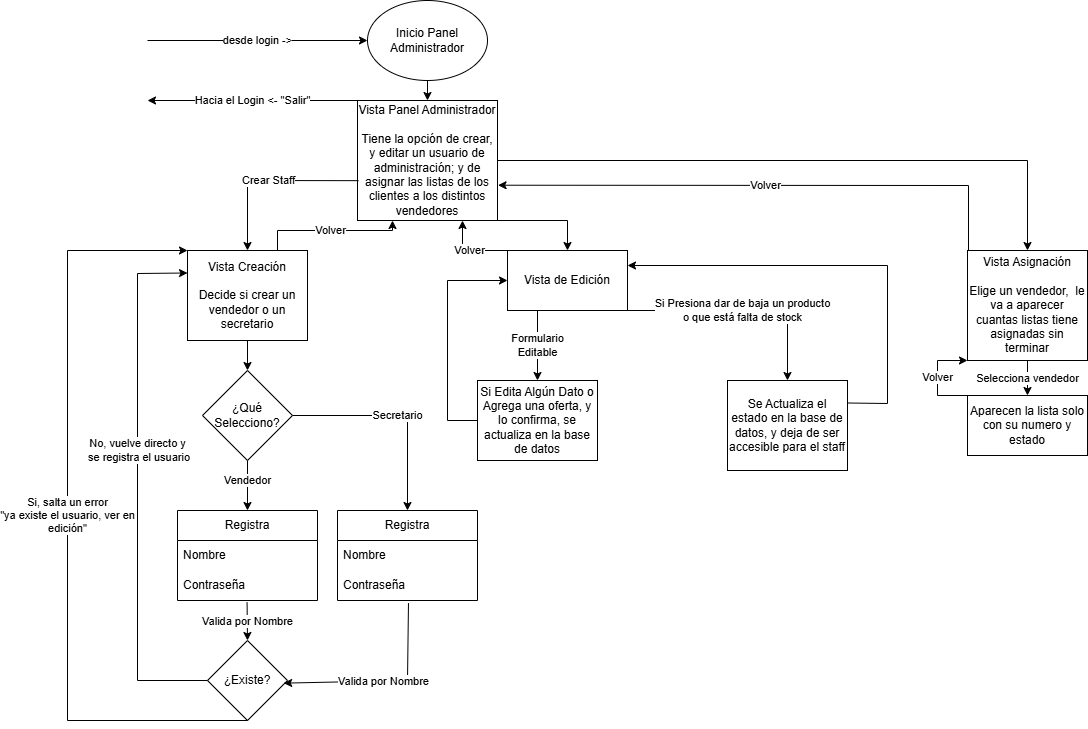
Above: Docs/DiagramasFlujo/Administracion/panelAdministradorFlujo.png in facutorr2005/FINAL-DESARROLLO-WEB (draw.io), before the change. Source tidied: cells renumbered, new cells last; positions are measured from the earlier drawing's top-left corner, leaving out a move shared by most shapes.
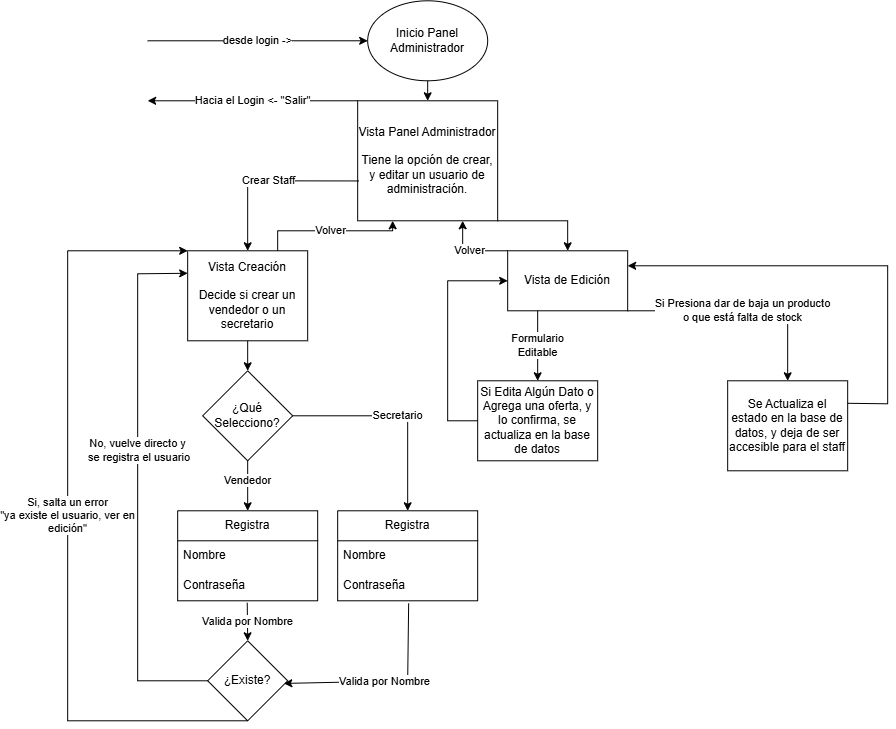
After the commit.

Commit message:
corrección diagramas y md

The edit, as a diff of the source:
```diff
@@ -10,18 +10,18 @@
         <mxPoint x="80" y="40" as="sourcePoint" />
       </mxGeometry>
     </mxCell>
-    <mxCell id="4" value="Vista Panel Administrador&lt;br&gt;&lt;br&gt;Tiene la opción de crear, y editar un usuario de administración; y de asignar las listas de los clientes a los distintos vendedores" style="rounded=0;whiteSpace=wrap;html=1;" parent="1" vertex="1">
-      <mxGeometry x="290" y="100" width="140" height="120" as="geometry" />
-    </mxCell>
-    <mxCell id="5" style="endArrow=classic;html=1;rounded=0;exitX=0.5;exitY=1;exitDx=0;exitDy=0;entryX=0.5;entryY=0;entryDx=0;entryDy=0;" parent="1" edge="1" source="2" target="4">
-      <mxGeometry relative="1" as="geometry" />
-    </mxCell>
+    <mxCell id="40" value="Vista Panel Administrador&lt;br&gt;&lt;br&gt;Tiene la opción de crear, y editar un usuario de administración." style="rounded=0;whiteSpace=wrap;html=1;" parent="1" vertex="1">
+      <mxGeometry x="290" y="100" width="140" height="120" as="geometry" />
+    </mxCell>
+    <mxCell id="41" style="endArrow=classic;html=1;rounded=0;exitX=0.5;exitY=1;exitDx=0;exitDy=0;entryX=0.5;entryY=0;entryDx=0;entryDy=0;" parent="1" edge="1" source="2" target="40">
+      <mxGeometry relative="1" as="geometry" />
+    </mxCell>
-    <mxCell id="6" value="Hacia el Login &amp;lt;- &quot;Salir&quot;" style="endArrow=classic;html=1;rounded=0;exitX=0;exitY=0;exitDx=0;exitDy=0;" parent="1" edge="1" source="4">
+    <mxCell id="6" value="Hacia el Login &amp;lt;- &quot;Salir&quot;" style="endArrow=classic;html=1;rounded=0;exitX=0;exitY=0;exitDx=0;exitDy=0;" parent="1" edge="1" source="40">
       <mxGeometry relative="1" as="geometry">
         <mxPoint x="80" y="100" as="targetPoint" />
       </mxGeometry>
     </mxCell>
-    <mxCell id="7" value="Crear Staff" style="endArrow=classic;html=1;rounded=0;exitX=0.007;exitY=0.668;exitDx=0;exitDy=0;entryX=0.5;entryY=0;entryDx=0;entryDy=0;exitPerimeter=0;" parent="1" edge="1" source="4" target="8">
+    <mxCell id="7" value="Crear Staff" style="endArrow=classic;html=1;rounded=0;exitX=0.007;exitY=0.668;exitDx=0;exitDy=0;entryX=0.5;entryY=0;entryDx=0;entryDy=0;exitPerimeter=0;" parent="1" edge="1" source="40" target="8">
       <mxGeometry relative="1" as="geometry">
         <Array as="points">
           <mxPoint x="180" y="180" />
@@ -34,7 +34,7 @@
     <mxCell id="9" style="endArrow=classic;html=1;rounded=0;exitX=0.5;exitY=1;exitDx=0;exitDy=0;" parent="1" edge="1" source="8" target="19">
       <mxGeometry relative="1" as="geometry" />
     </mxCell>
-    <mxCell id="10" value="Volver" style="endArrow=classic;html=1;rounded=0;exitX=0.75;exitY=0;exitDx=0;exitDy=0;entryX=0.25;entryY=1;entryDx=0;entryDy=0;" parent="1" edge="1" source="8" target="4">
+    <mxCell id="10" value="Volver" style="endArrow=classic;html=1;rounded=0;exitX=0.75;exitY=0;exitDx=0;exitDy=0;entryX=0.25;entryY=1;entryDx=0;entryDy=0;" parent="1" edge="1" source="8" target="40">
       <mxGeometry relative="1" as="geometry">
         <Array as="points">
           <mxPoint x="210" y="230" />
@@ -42,13 +42,13 @@
         </Array>
       </mxGeometry>
     </mxCell>
-    <mxCell id="11" style="endArrow=classic;html=1;rounded=0;exitX=1;exitY=1;exitDx=0;exitDy=0;" parent="1" edge="1" source="4" target="12">
-      <mxGeometry relative="1" as="geometry">
-        <Array as="points">
-          <mxPoint x="500" y="220" />
-        </Array>
-      </mxGeometry>
-    </mxCell>
+    <mxCell id="42" style="endArrow=classic;html=1;rounded=0;exitX=1;exitY=1;exitDx=0;exitDy=0;" parent="1" edge="1" source="40" target="12">
+      <mxGeometry relative="1" as="geometry">
+        <Array as="points">
+          <mxPoint x="500" y="220" />
+        </Array>
+      </mxGeometry>
+    </mxCell>
     <mxCell id="12" value="Vista de Edición" style="rounded=0;whiteSpace=wrap;html=1;" parent="1" vertex="1">
       <mxGeometry x="440" y="250" width="120" height="60" as="geometry" />
     </mxCell>
@@ -87,22 +87,22 @@
     <mxCell id="19" value="¿Qué Selecciono?" style="rhombus;whiteSpace=wrap;html=1;" parent="1" vertex="1">
       <mxGeometry x="135" y="370" width="90" height="90" as="geometry" />
     </mxCell>
-    <mxCell id="20" value="Vendedor" style="endArrow=classic;html=1;rounded=0;exitX=0.5;exitY=1;exitDx=0;exitDy=0;" parent="1" edge="1" source="19" target="21">
+    <mxCell id="20" value="Vendedor" style="endArrow=classic;html=1;rounded=0;exitX=0.5;exitY=1;exitDx=0;exitDy=0;" parent="1" edge="1" source="19" target="43">
       <mxGeometry x="-0.2" relative="1" as="geometry" />
     </mxCell>
-    <mxCell id="21" value="Registra" style="swimlane;fontStyle=0;horizontal=1;startSize=30;whiteSpace=wrap;html=1;" parent="1" vertex="1">
-      <mxGeometry x="110" y="510" width="140" height="90" as="geometry" />
-    </mxCell>
-    <mxCell id="22" value="Nombre" style="text;strokeColor=none;fillColor=none;align=left;verticalAlign=middle;spacingLeft=4;spacingRight=4;overflow=hidden;whiteSpace=wrap;html=1;" parent="21" vertex="1">
-      <mxGeometry y="30" width="140" height="30" as="geometry" />
-    </mxCell>
-    <mxCell id="23" value="Contraseña" style="text;strokeColor=none;fillColor=none;align=left;verticalAlign=middle;spacingLeft=4;spacingRight=4;overflow=hidden;points=[[0,0.5],[1,0.5]];portConstraint=eastwest;whiteSpace=wrap;html=1;" parent="21" vertex="1">
-      <mxGeometry y="60" width="140" height="30" as="geometry" />
-    </mxCell>
+    <mxCell id="43" value="Registra" style="swimlane;fontStyle=0;horizontal=1;startSize=30;whiteSpace=wrap;html=1;" parent="1" vertex="1">
+      <mxGeometry x="110" y="510" width="140" height="90" as="geometry" />
+    </mxCell>
+    <mxCell id="44" value="Nombre" style="text;strokeColor=none;fillColor=none;align=left;verticalAlign=middle;spacingLeft=4;spacingRight=4;overflow=hidden;whiteSpace=wrap;html=1;" parent="43" vertex="1">
+      <mxGeometry y="30" width="140" height="30" as="geometry" />
+    </mxCell>
+    <mxCell id="45" value="Contraseña" style="text;strokeColor=none;fillColor=none;align=left;verticalAlign=middle;spacingLeft=4;spacingRight=4;overflow=hidden;points=[[0,0.5],[1,0.5]];portConstraint=eastwest;whiteSpace=wrap;html=1;" parent="43" vertex="1">
+      <mxGeometry y="60" width="140" height="30" as="geometry" />
+    </mxCell>
     <mxCell id="24" value="¿Existe?" style="rhombus;whiteSpace=wrap;html=1;" parent="1" vertex="1">
       <mxGeometry x="140" y="640" width="80" height="80" as="geometry" />
     </mxCell>
-    <mxCell id="25" value="Valida por Nombre" style="endArrow=classic;html=1;rounded=0;exitX=0.497;exitY=1.067;exitDx=0;exitDy=0;exitPerimeter=0;entryX=0.5;entryY=0;entryDx=0;entryDy=0;" parent="1" edge="1" source="23" target="24">
+    <mxCell id="25" value="Valida por Nombre" style="endArrow=classic;html=1;rounded=0;exitX=0.497;exitY=1.067;exitDx=0;exitDy=0;exitPerimeter=0;entryX=0.5;entryY=0;entryDx=0;entryDy=0;" parent="1" edge="1" source="45" target="24">
       <mxGeometry relative="1" as="geometry" />
     </mxCell>
     <mxCell id="26" value="No, vuelve directo y&lt;br&gt;&amp;nbsp;se registra el usuario" style="endArrow=classic;html=1;rounded=0;exitX=0;exitY=0.5;exitDx=0;exitDy=0;entryX=0;entryY=0.25;entryDx=0;entryDy=0;" parent="1" edge="1" source="24" target="8">
@@ -121,69 +121,35 @@
         </Array>
       </mxGeometry>
     </mxCell>
-    <mxCell id="28" value="Secretario" style="endArrow=classic;html=1;rounded=0;exitX=1;exitY=0.5;exitDx=0;exitDy=0;entryX=0.5;entryY=0;entryDx=0;entryDy=0;" parent="1" edge="1" source="19" target="29">
+    <mxCell id="28" value="Secretario" style="endArrow=classic;html=1;rounded=0;exitX=1;exitY=0.5;exitDx=0;exitDy=0;entryX=0.5;entryY=0;entryDx=0;entryDy=0;" parent="1" edge="1" source="19" target="46">
       <mxGeometry relative="1" as="geometry">
         <Array as="points">
           <mxPoint x="340" y="415" />
         </Array>
       </mxGeometry>
     </mxCell>
-    <mxCell id="29" value="Registra" style="swimlane;fontStyle=0;horizontal=1;startSize=30;whiteSpace=wrap;html=1;" parent="1" vertex="1">
-      <mxGeometry x="270" y="510" width="140" height="90" as="geometry" />
-    </mxCell>
-    <mxCell id="30" value="Nombre" style="text;strokeColor=none;fillColor=none;align=left;verticalAlign=middle;spacingLeft=4;spacingRight=4;overflow=hidden;whiteSpace=wrap;html=1;" parent="29" vertex="1">
-      <mxGeometry y="30" width="140" height="30" as="geometry" />
-    </mxCell>
-    <mxCell id="31" value="Contraseña" style="text;strokeColor=none;fillColor=none;align=left;verticalAlign=middle;spacingLeft=4;spacingRight=4;overflow=hidden;points=[[0,0.5],[1,0.5]];portConstraint=eastwest;whiteSpace=wrap;html=1;" parent="29" vertex="1">
-      <mxGeometry y="60" width="140" height="30" as="geometry" />
-    </mxCell>
+    <mxCell id="46" value="Registra" style="swimlane;fontStyle=0;horizontal=1;startSize=30;whiteSpace=wrap;html=1;" parent="1" vertex="1">
+      <mxGeometry x="270" y="510" width="140" height="90" as="geometry" />
+    </mxCell>
+    <mxCell id="47" value="Nombre" style="text;strokeColor=none;fillColor=none;align=left;verticalAlign=middle;spacingLeft=4;spacingRight=4;overflow=hidden;whiteSpace=wrap;html=1;" parent="46" vertex="1">
+      <mxGeometry y="30" width="140" height="30" as="geometry" />
+    </mxCell>
+    <mxCell id="48" value="Contraseña" style="text;strokeColor=none;fillColor=none;align=left;verticalAlign=middle;spacingLeft=4;spacingRight=4;overflow=hidden;points=[[0,0.5],[1,0.5]];portConstraint=eastwest;whiteSpace=wrap;html=1;" parent="46" vertex="1">
+      <mxGeometry y="60" width="140" height="30" as="geometry" />
+    </mxCell>
-    <mxCell id="32" value="Valida por Nombre" style="endArrow=classic;html=1;rounded=0;exitX=0.507;exitY=1.087;exitDx=0;exitDy=0;exitPerimeter=0;entryX=0.952;entryY=0.533;entryDx=0;entryDy=0;entryPerimeter=0;" parent="1" edge="1" source="31" target="24">
+    <mxCell id="32" value="Valida por Nombre" style="endArrow=classic;html=1;rounded=0;exitX=0.507;exitY=1.087;exitDx=0;exitDy=0;exitPerimeter=0;entryX=0.952;entryY=0.533;entryDx=0;entryDy=0;entryPerimeter=0;" parent="1" edge="1" source="48" target="24">
       <mxGeometry relative="1" as="geometry">
         <Array as="points">
           <mxPoint x="340" y="680" />
         </Array>
       </mxGeometry>
     </mxCell>
-    <mxCell id="33" value="Volver" style="endArrow=classic;html=1;rounded=0;entryX=0.75;entryY=1;entryDx=0;entryDy=0;exitX=0;exitY=0;exitDx=0;exitDy=0;" parent="1" edge="1" source="12" target="4">
+    <mxCell id="33" value="Volver" style="endArrow=classic;html=1;rounded=0;entryX=0.75;entryY=1;entryDx=0;entryDy=0;exitX=0;exitY=0;exitDx=0;exitDy=0;" parent="1" edge="1" source="12" target="40">
       <mxGeometry relative="1" as="geometry">
         <Array as="points">
           <mxPoint x="395" y="250" />
         </Array>
       </mxGeometry>
     </mxCell>
-    <mxCell id="34" style="endArrow=classic;html=1;rounded=0;exitX=1;exitY=0.5;exitDx=0;exitDy=0;" parent="1" edge="1" source="4" target="35">
-      <mxGeometry relative="1" as="geometry">
-        <Array as="points">
-          <mxPoint x="960" y="160" />
-        </Array>
-      </mxGeometry>
-    </mxCell>
-    <mxCell id="35" value="Vista Asignación&lt;br&gt;&lt;br&gt;Elige un vendedor,&amp;nbsp; le va a aparecer cuantas listas tiene asignadas sin terminar" style="rounded=0;whiteSpace=wrap;html=1;" parent="1" vertex="1">
-      <mxGeometry x="900" y="250" width="120" height="110" as="geometry" />
-    </mxCell>
-    <mxCell id="36" value="Aparecen la lista solo con su numero y estado" style="rounded=0;whiteSpace=wrap;html=1;" parent="1" vertex="1">
-      <mxGeometry x="900" y="395" width="120" height="60" as="geometry" />
-    </mxCell>
-    <mxCell id="37" value="Selecciona vendedor" style="endArrow=classic;html=1;rounded=0;exitX=0.5;exitY=1;exitDx=0;exitDy=0;entryX=0.5;entryY=0;entryDx=0;entryDy=0;" parent="1" edge="1" source="35" target="36">
-      <mxGeometry relative="1" as="geometry" />
-    </mxCell>
-    <mxCell id="38" value="Volver" style="endArrow=classic;html=1;rounded=0;entryX=0.997;entryY=0.706;entryDx=0;entryDy=0;entryPerimeter=0;exitX=0;exitY=0;exitDx=0;exitDy=0;" parent="1" edge="1">
-      <mxGeometry relative="1" as="geometry">
-        <mxPoint x="901" y="250" as="sourcePoint" />
-        <mxPoint x="430.6" y="184.7" as="targetPoint" />
-        <Array as="points">
-          <mxPoint x="901" y="185" />
-        </Array>
-      </mxGeometry>
-    </mxCell>
-    <mxCell id="39" value="Volver" style="endArrow=classic;html=1;rounded=0;exitX=0;exitY=0;exitDx=0;exitDy=0;entryX=0;entryY=1;entryDx=0;entryDy=0;" parent="1" edge="1" source="36" target="35">
-      <mxGeometry relative="1" as="geometry">
-        <Array as="points">
-          <mxPoint x="870" y="395" />
-          <mxPoint x="870" y="380" />
-          <mxPoint x="870" y="360" />
-        </Array>
-      </mxGeometry>
-    </mxCell>
   </root>
 </mxGraphModel>
```
